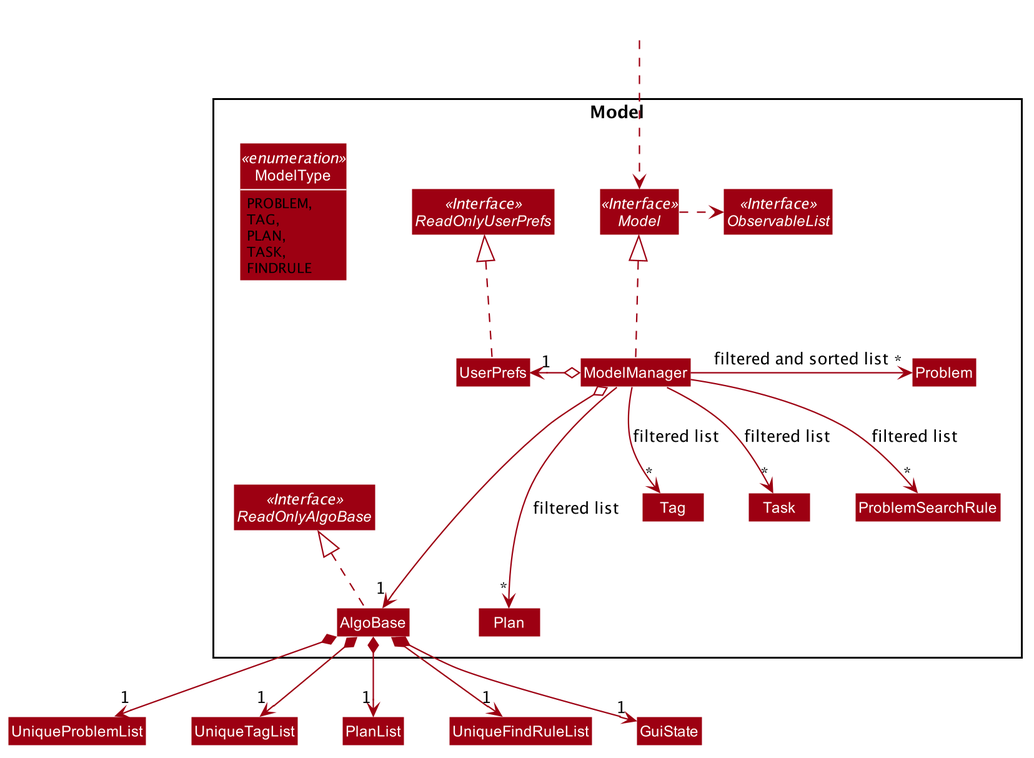
Earlier version of the PlantUML export docs/images/design/model/ModelClassDiagram.png (nus-cs2103-AY1920S1/addressbook-level3).
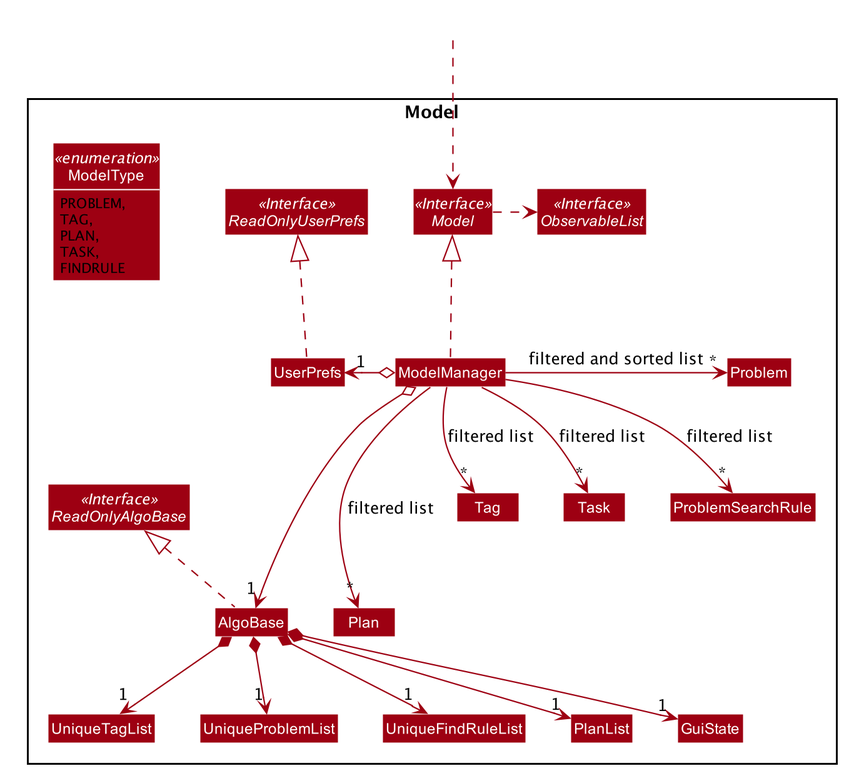
The same diagram one commit later.

The edit, as a diff of the source:
```diff
@@ -76,6 +76,11 @@
     Class Tag
     Class Task
     Class ProblemSearchRule
+    Class UniqueTagList
+    Class UniqueProblemList
+    Class UniqueFindRuleList
+    Class PlanList
+    Class GuiState
 }
 
 Class HiddenOutside #FFFFFF
```
